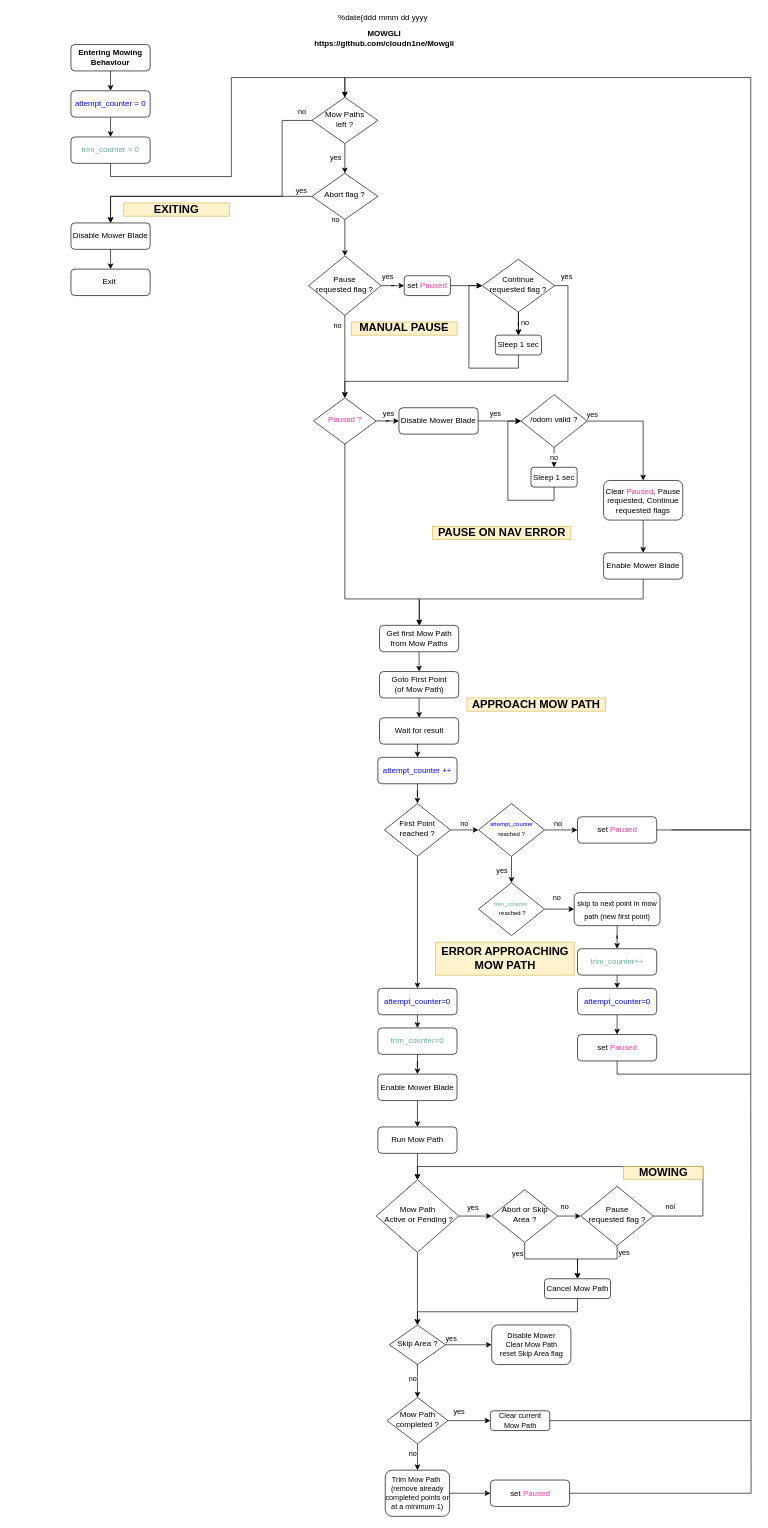
This is FlowCharts/MowBehaviour.drawio from cloudn1ne/Mowgli, a draw.io file, before an edit. Source tidied: cells renumbered, new cells numbered last; positions are measured from the earlier drawing's top-left corner, leaving out a move shared by most shapes. Both pictures are drawn from the tidied source at 66%, with x=0, y=0 at pixel (11, 11).
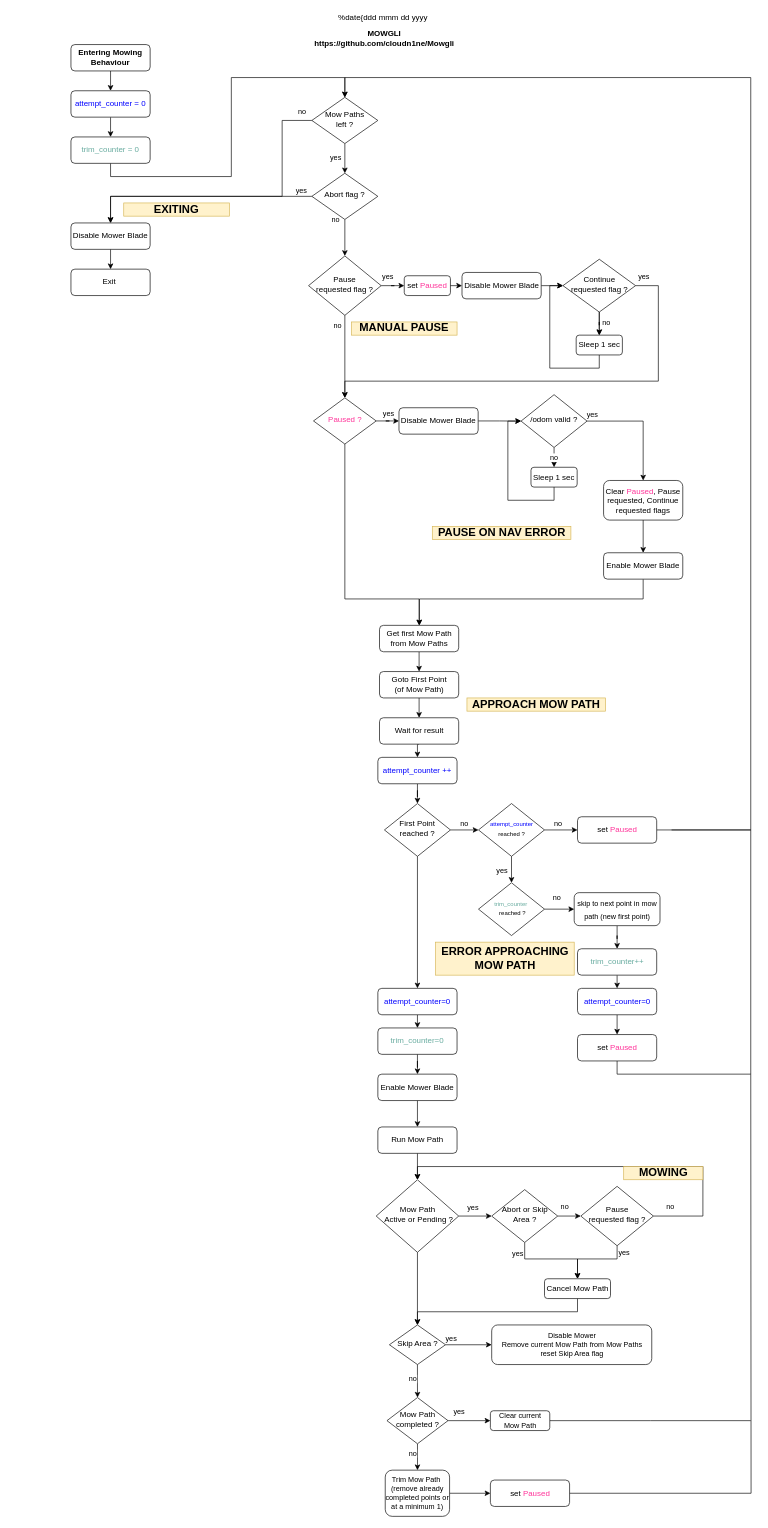
After the change.

Commit message (it also covers changes not shown here):
switch to 400khz I2C frequency for IMU added version and blade motor status to mowgli/status added major, branch, minor version to mowgli/status added watchdog code (but disabled) from nekraus

The change refers to these unchanged cells:
```xml
<mxCell id="15" value="/odom valid ?" style="rhombus;whiteSpace=wrap;html=1;shadow=0;fontFamily=Helvetica;fontSize=12;align=center;strokeWidth=1;spacing=6;spacingTop=-4;" parent="1" vertex="1">
  <mxGeometry x="772" y="580.5" width="100" height="80" as="geometry" />
</mxCell>
<mxCell id="32" value="&lt;font color=&quot;#ff3399&quot;&gt;Paused ?&lt;/font&gt;" style="rhombus;whiteSpace=wrap;html=1;shadow=0;fontFamily=Helvetica;fontSize=12;align=center;strokeWidth=1;spacing=6;spacingTop=-4;" parent="1" vertex="1">
  <mxGeometry x="457.5" y="585.3" width="95" height="70" as="geometry" />
</mxCell>
<mxCell id="40" value="set &lt;font color=&quot;#ff3399&quot;&gt;Paused&lt;/font&gt;" style="rounded=1;whiteSpace=wrap;html=1;" parent="1" vertex="1">
  <mxGeometry x="595" y="400.3" width="70" height="30" as="geometry" />
</mxCell>
<mxCell id="83" style="edgeStyle=orthogonalEdgeStyle;rounded=0;jettySize=auto;html=1;exitX=1;exitY=0.5;exitDx=0;exitDy=0;entryX=0.5;entryY=0;entryDx=0;entryDy=0;startArrow=none;startFill=0;endArrow=classic;endFill=1;fontSize=11;" parent="1" edge="1" source="85" target="74">
  <mxGeometry relative="1" as="geometry">
    <Array as="points">
      <mxPoint x="1047.5" y="1825" />
      <mxPoint x="1047.5" y="1750" />
      <mxPoint x="615.5" y="1750" />
    </Array>
  </mxGeometry>
</mxCell>
<mxCell id="125" value="Disable Mower Blade" style="rounded=1;whiteSpace=wrap;html=1;fontSize=12;glass=0;strokeWidth=1;shadow=0;" parent="1" vertex="1">
  <mxGeometry x="587" y="600.3" width="120" height="40" as="geometry" />
</mxCell>
```

Diff of the diagram source:
```diff
@@
     <mxCell id="3" value="Sleep 1 sec" style="rounded=1;whiteSpace=wrap;html=1;fontSize=12;glass=0;strokeWidth=1;shadow=0;" parent="1" vertex="1">
-      <mxGeometry x="733" y="490.3" width="70" height="30" as="geometry" />
+      <mxGeometry x="855.5" y="490.3" width="70" height="30" as="geometry" />
     </mxCell>
@@
-    <mxCell id="11" value="yes" style="edgeStyle=orthogonalEdgeStyle;rounded=0;jettySize=auto;html=1;" parent="1" edge="1" source="125" target="15">
+    <mxCell id="11" style="edgeStyle=orthogonalEdgeStyle;rounded=0;jettySize=auto;html=1;" parent="1" edge="1" source="125" target="15">
       <mxGeometry x="-0.2" y="10" relative="1" as="geometry" />
     </mxCell>
@@
     <mxCell id="33" style="edgeStyle=orthogonalEdgeStyle;rounded=0;jettySize=auto;html=1;exitX=1;exitY=0.5;exitDx=0;exitDy=0;startArrow=none;startFill=0;endArrow=classic;endFill=1;entryX=0.5;entryY=0;entryDx=0;entryDy=0;" parent="1" edge="1" source="36" target="32">
       <mxGeometry relative="1" as="geometry">
         <Array as="points">
-          <mxPoint x="843" y="415.3" />
-          <mxPoint x="843" y="560.3" />
-          <mxPoint x="505" y="560.3" />
+          <mxPoint x="980" y="415" />
+          <mxPoint x="980" y="560" />
+          <mxPoint x="505" y="560" />
         </Array>
       </mxGeometry>
     </mxCell>
     <mxCell id="34" value="yes" style="edgeLabel;html=1;align=center;verticalAlign=middle;fontSize=11;" parent="33" vertex="1">
       <mxGeometry x="-0.8" y="-1" relative="1" as="geometry">
-        <mxPoint x="-2" y="-47" as="offset" />
+        <mxPoint x="-22" y="-47.5" as="offset" />
       </mxGeometry>
     </mxCell>
@@
     <mxCell id="36" value="Continue&lt;br&gt;requested flag ?" style="rhombus;whiteSpace=wrap;html=1;shadow=0;fontFamily=Helvetica;fontSize=12;align=center;strokeWidth=1;spacing=6;spacingTop=-4;" parent="1" vertex="1">
-      <mxGeometry x="713" y="375.3" width="110" height="80" as="geometry" />
+      <mxGeometry x="835.5" y="375.3" width="110" height="80" as="geometry" />
     </mxCell>
@@
-    <mxCell id="39" style="edgeStyle=orthogonalEdgeStyle;rounded=0;jettySize=auto;html=1;exitX=1;exitY=0.5;exitDx=0;exitDy=0;entryX=0;entryY=0.5;entryDx=0;entryDy=0;startArrow=none;startFill=0;endArrow=classic;endFill=1;" parent="1" edge="1" source="40" target="36">
+    <mxCell id="39" style="edgeStyle=orthogonalEdgeStyle;rounded=0;jettySize=auto;html=1;exitX=1;exitY=0.5;exitDx=0;exitDy=0;entryX=0;entryY=0.5;entryDx=0;entryDy=0;startArrow=none;startFill=0;endArrow=classic;endFill=1;" parent="1" edge="1" source="127" target="36">
       <mxGeometry relative="1" as="geometry" />
     </mxCell>
@@
-    <mxCell id="84" value="noi" style="edgeLabel;html=1;align=center;verticalAlign=middle;fontSize=11;" parent="83" vertex="1">
+    <mxCell id="84" value="no" style="edgeLabel;html=1;align=center;verticalAlign=middle;fontSize=11;" parent="83" vertex="1">
       <mxGeometry x="-0.89" relative="1" as="geometry">
         <mxPoint x="-8.3" y="-15" as="offset" />
       </mxGeometry>
     </mxCell>
@@
-    <mxCell id="92" value="Disable Mower&lt;br&gt;Clear Mow Path&lt;br&gt;reset Skip Area flag" style="rounded=1;whiteSpace=wrap;html=1;fontSize=11;" parent="1" vertex="1">
-      <mxGeometry x="727.5" y="1990" width="120" height="60" as="geometry" />
+    <mxCell id="92" value="Disable Mower&lt;br&gt;Remove current Mow Path from Mow Paths&lt;br&gt;reset Skip Area flag" style="rounded=1;whiteSpace=wrap;html=1;fontSize=11;" parent="1" vertex="1">
+      <mxGeometry x="727.5" y="1990" width="242.5" height="60" as="geometry" />
     </mxCell>
@@
+    <mxCell id="127" value="Disable Mower Blade" style="rounded=1;whiteSpace=wrap;html=1;fontSize=12;glass=0;strokeWidth=1;shadow=0;" parent="1" vertex="1">
+      <mxGeometry x="682.5" y="395.3" width="120" height="40" as="geometry" />
+    </mxCell>
+    <mxCell id="128" style="edgeStyle=orthogonalEdgeStyle;rounded=0;jettySize=auto;html=1;exitX=1;exitY=0.5;exitDx=0;exitDy=0;entryX=0;entryY=0.5;entryDx=0;entryDy=0;startArrow=none;startFill=0;endArrow=classic;endFill=1;" parent="1" edge="1" source="40" target="127">
+      <mxGeometry relative="1" as="geometry" />
+    </mxCell>
```
